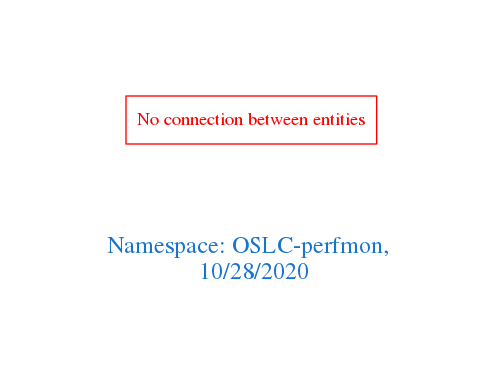
Above: downloads/OSLC-perfmon.png in arago/OGIT (Graphviz), before the change. Its source is kept beside it as downloads/OSLC-perfmon.dot.
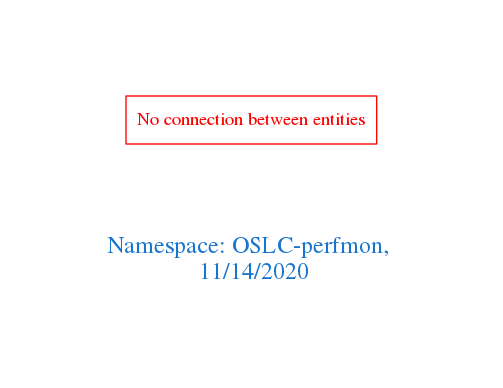
Above is the later version.

Diff of the diagram source:
```diff
@@ -1,7 +1,7 @@
 digraph OGIT_ontology {
  graph [ rankdir= LR,pad=1
 fontsize = 18,
-fontcolor= dodgerblue3,label = "\n\n\nNamespace: OSLC-perfmon, \n 10/28/2020"];
+fontcolor= dodgerblue3,label = "\n\n\nNamespace: OSLC-perfmon, \n 11/14/2020"];
 node[shape=polygon];
 edge [  color="gray81"];
 
```
